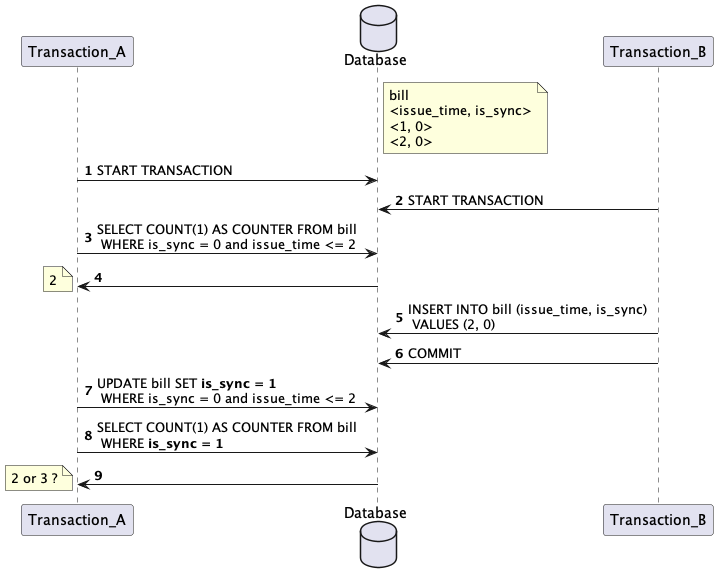
Earlier version of the PlantUML export plantuml.png (hongjhih77/snippet_database_test). The source it was exported from:
```plantuml
@startuml

participant Transaction_A as tranA
database Database as DB
participant Transaction_B as tranB

autonumber
note right of DB
bill
<issue_time, is_sync>
<1, 0>
<2, 0>
end note

tranA -> DB : START TRANSACTION
tranB -> DB : START TRANSACTION
tranA -> DB : SELECT COUNT(1) AS COUNTER FROM bill \n WHERE is_sync = 0 and issue_time <= 2
DB -> tranA
note left
2
end note

tranB -> DB : INSERT INTO bill (issue_time, is_sync) \n VALUES (2, 0)
tranB -> DB : COMMIT

tranA -> DB : UPDATE bill SET <b>is_sync = 1 \n WHERE is_sync = 0 and issue_time <= 2
tranA -> DB : SELECT COUNT(1) AS COUNTER FROM bill \n WHERE <b>is_sync = 1
DB -> tranA
note left
2 or 3 ?
end note
@enduml
```
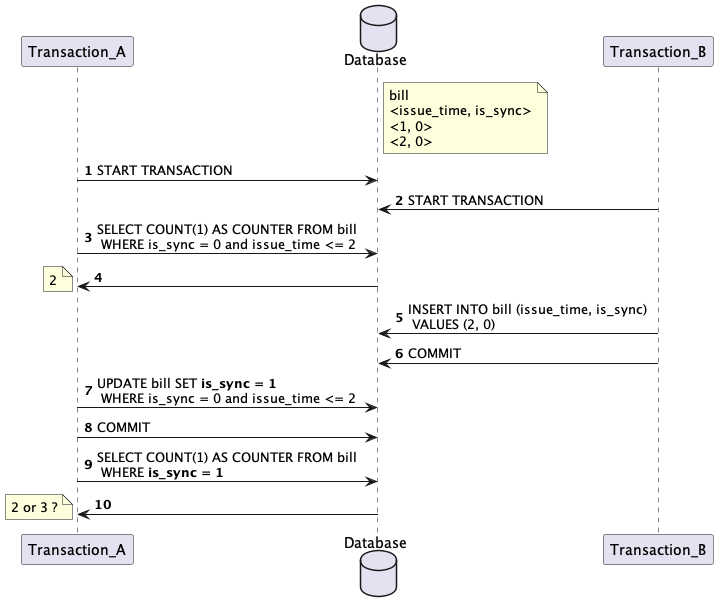
Later version of the same file.

Commit message:
update planuml for the Write Skew test

Change to the diagram source:
```diff
@@ -24,6 +24,7 @@
 tranB -> DB : COMMIT
 
 tranA -> DB : UPDATE bill SET <b>is_sync = 1 \n WHERE is_sync = 0 and issue_time <= 2
+tranA -> DB : COMMIT
 tranA -> DB : SELECT COUNT(1) AS COUNTER FROM bill \n WHERE <b>is_sync = 1
 DB -> tranA
 note left
```
